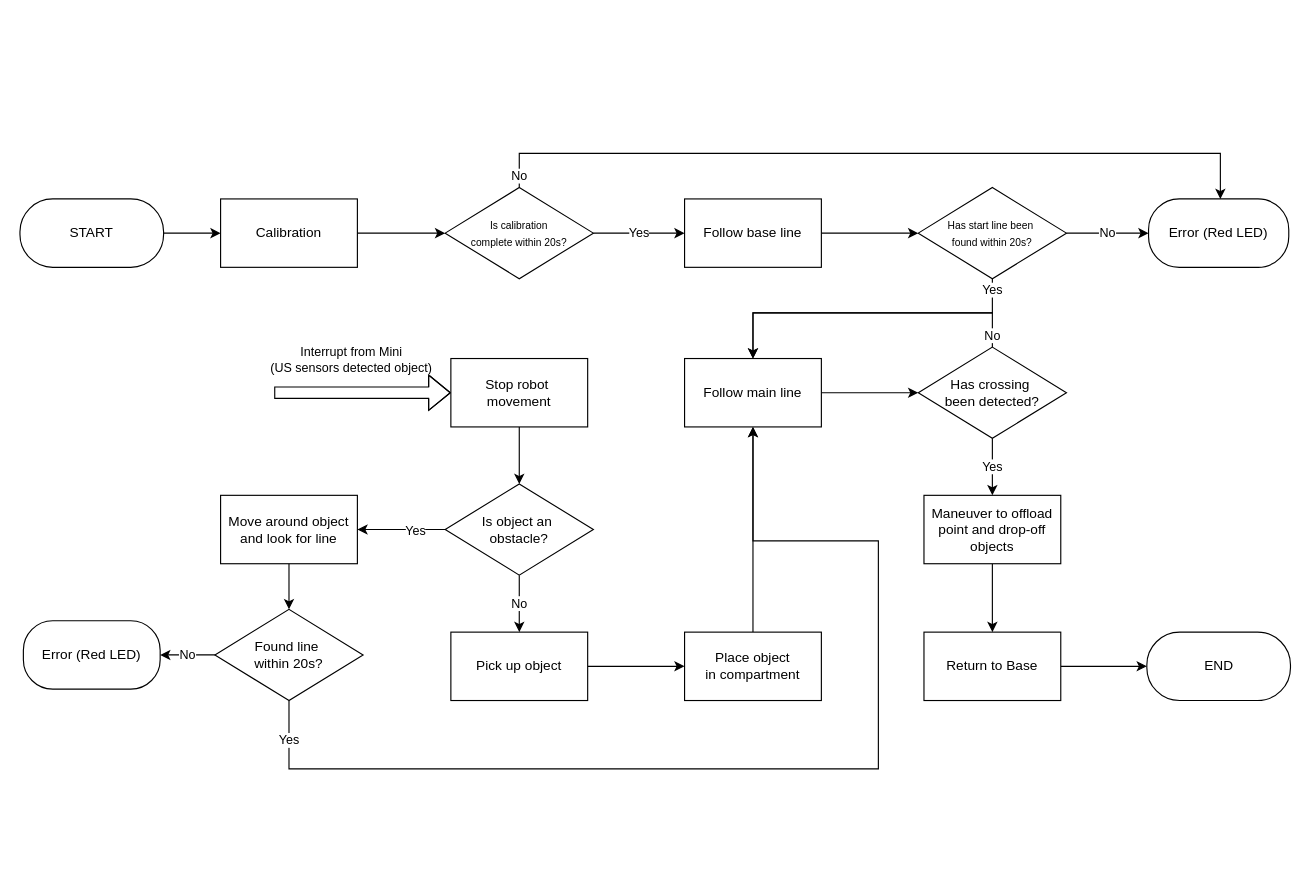
The draw.io diagram documentation/electrical-flowchart/state-diagram-group2.drawio in Tottocs/System-Project-G2, before the edit. Source tidied: cells renumbered, new cells numbered last; positions are measured from the earlier drawing's top-left corner, leaving out a move shared by most shapes. Both pictures are drawn from the tidied source at 114%, with x=0, y=0 at pixel (19, 153).
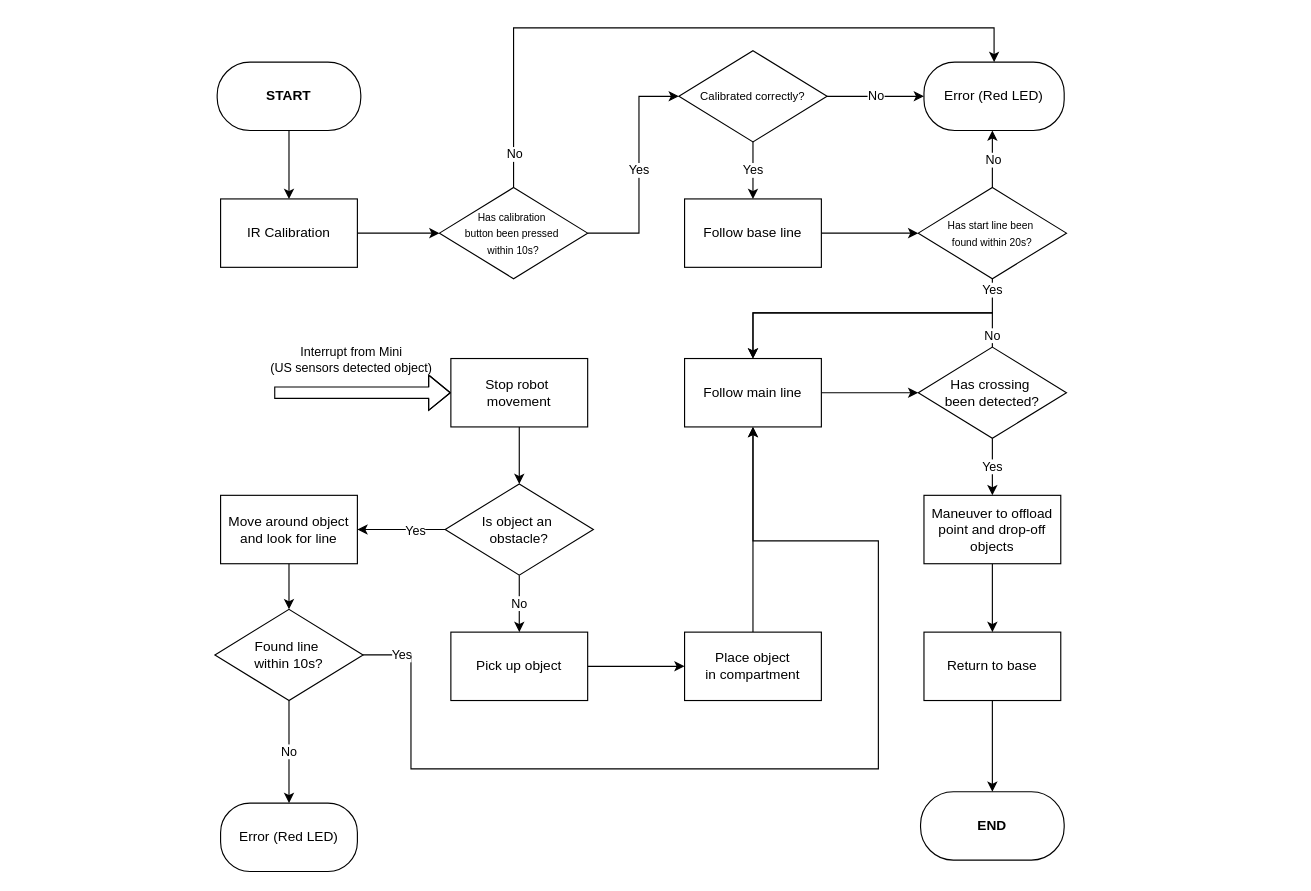
Above is the later version.

The change refers to these unchanged cells:
```xml
<mxCell id="32" value="&lt;font style=&quot;font-size: 9px;&quot;&gt;Has start line been&amp;nbsp;&lt;/font&gt;&lt;div&gt;&lt;font style=&quot;font-size: 9px;&quot;&gt;found within&amp;nbsp;&lt;/font&gt;&lt;span style=&quot;font-size: 9px; background-color: transparent; color: light-dark(rgb(0, 0, 0), rgb(255, 255, 255));&quot;&gt;20s?&lt;/span&gt;&lt;/div&gt;" style="rhombus;whiteSpace=wrap;html=1;" parent="1" vertex="1">
  <mxGeometry x="788" y="30" width="130" height="80" as="geometry" />
</mxCell>
<mxCell id="39" value="Follow base line" style="rounded=0;whiteSpace=wrap;html=1;" parent="1" vertex="1">
  <mxGeometry x="583" y="40" width="120" height="60" as="geometry" />
</mxCell>
```

The edit, as a diff of the source:
```diff
@@
-    <mxCell id="3" value="START" style="rounded=1;whiteSpace=wrap;html=1;arcSize=48;" parent="1" vertex="1">
-      <mxGeometry y="40" width="126" height="60" as="geometry" />
+    <mxCell id="3" value="&lt;b&gt;START&lt;/b&gt;" style="rounded=1;whiteSpace=wrap;html=1;arcSize=48;" parent="1" vertex="1">
+      <mxGeometry x="173" y="-80" width="126" height="60" as="geometry" />
     </mxCell>
@@
-    <mxCell id="5" value="Calibration" style="rounded=0;whiteSpace=wrap;html=1;" parent="1" vertex="1">
+    <mxCell id="5" value="IR Calibration" style="rounded=0;whiteSpace=wrap;html=1;" parent="1" vertex="1">
       <mxGeometry x="176" y="40" width="120" height="60" as="geometry" />
     </mxCell>
-    <mxCell id="6" value="No" style="edgeStyle=orthogonalEdgeStyle;curved=1;rounded=0;jettySize=auto;html=1;exitX=1;exitY=0.5;exitDx=0;exitDy=0;" parent="1" edge="1" source="32" target="19">
-      <mxGeometry relative="1" as="geometry" />
+    <mxCell id="6" value="No" style="edgeStyle=orthogonalEdgeStyle;curved=1;rounded=0;jettySize=auto;html=1;exitX=0.5;exitY=0;exitDx=0;exitDy=0;" parent="1" edge="1" source="32">
+      <mxGeometry relative="1" as="geometry">
+        <mxPoint x="853" y="-20" as="targetPoint" />
+      </mxGeometry>
     </mxCell>
@@
     <mxCell id="19" value="Error (Red LED)" style="rounded=1;whiteSpace=wrap;html=1;perimeterSpacing=0;arcSize=45;" parent="1" vertex="1">
-      <mxGeometry x="990" y="40" width="123" height="60" as="geometry" />
+      <mxGeometry x="793" y="-80" width="123" height="60" as="geometry" />
     </mxCell>
@@
-    <mxCell id="22" value="END" style="rounded=1;whiteSpace=wrap;html=1;arcSize=48;" parent="1" vertex="1">
-      <mxGeometry x="988.5" y="420" width="126" height="60" as="geometry" />
+    <mxCell id="22" value="&lt;b&gt;END&lt;/b&gt;" style="rounded=1;whiteSpace=wrap;html=1;arcSize=48;" parent="1" vertex="1">
+      <mxGeometry x="790" y="560" width="126" height="60" as="geometry" />
     </mxCell>
@@
     <mxCell id="28" value="Error (Red LED)" style="rounded=1;whiteSpace=wrap;html=1;arcSize=43;" parent="1" vertex="1">
-      <mxGeometry x="3" y="410" width="120" height="60" as="geometry" />
+      <mxGeometry x="176" y="570" width="120" height="60" as="geometry" />
     </mxCell>
@@
-    <mxCell id="30" value="Return to Base" style="rounded=0;whiteSpace=wrap;html=1;" parent="1" vertex="1">
+    <mxCell id="30" value="Return to base" style="rounded=0;whiteSpace=wrap;html=1;" parent="1" vertex="1">
       <mxGeometry x="793" y="420" width="120" height="60" as="geometry" />
     </mxCell>
@@
     <mxCell id="33" value="Yes" style="edgeStyle=orthogonalEdgeStyle;rounded=0;jettySize=auto;html=1;" parent="1" edge="1" source="35">
       <mxGeometry x="-0.93" relative="1" as="geometry">
         <mxPoint x="643" y="240" as="targetPoint" />
         <Array as="points">
-          <mxPoint x="236" y="540" />
+          <mxPoint x="343" y="440" />
+          <mxPoint x="343" y="540" />
           <mxPoint x="753" y="540" />
           <mxPoint x="753" y="340" />
           <mxPoint x="643" y="340" />
         </Array>
       </mxGeometry>
     </mxCell>
@@
-    <mxCell id="35" value="Found line&amp;nbsp;&lt;div&gt;within&amp;nbsp;&lt;span style=&quot;background-color: transparent; color: light-dark(rgb(0, 0, 0), rgb(255, 255, 255));&quot;&gt;20s?&lt;/span&gt;&lt;/div&gt;" style="rhombus;whiteSpace=wrap;html=1;direction=west;" parent="1" vertex="1">
+    <mxCell id="35" value="Found line&amp;nbsp;&lt;div&gt;within&amp;nbsp;&lt;span style=&quot;background-color: transparent; color: light-dark(rgb(0, 0, 0), rgb(255, 255, 255));&quot;&gt;10s?&lt;/span&gt;&lt;/div&gt;" style="rhombus;whiteSpace=wrap;html=1;direction=west;" parent="1" vertex="1">
       <mxGeometry x="171" y="400" width="130" height="80" as="geometry" />
     </mxCell>
@@
-    <mxCell id="38" value="Yes" style="edgeStyle=orthogonalEdgeStyle;rounded=0;jettySize=auto;html=1;entryX=0;entryY=0.5;entryDx=0;entryDy=0;" parent="1" edge="1" source="42" target="39">
+    <mxCell id="38" value="Yes" style="edgeStyle=orthogonalEdgeStyle;rounded=0;jettySize=auto;html=1;entryX=0.5;entryY=0;entryDx=0;entryDy=0;" parent="1" edge="1" source="42" target="39">
       <mxGeometry relative="1" as="geometry" />
     </mxCell>
@@
-    <mxCell id="40" style="edgeStyle=orthogonalEdgeStyle;rounded=0;jettySize=auto;html=1;entryX=0;entryY=0.5;entryDx=0;entryDy=0;" parent="1" edge="1" source="5" target="42">
-      <mxGeometry relative="1" as="geometry" />
+    <mxCell id="40" value="Yes" style="edgeStyle=orthogonalEdgeStyle;rounded=0;jettySize=auto;html=1;entryX=0;entryY=0.5;entryDx=0;entryDy=0;" parent="1" edge="1" source="46" target="42">
+      <mxGeometry relative="1" as="geometry">
+        <Array as="points">
+          <mxPoint x="543" y="70" />
+          <mxPoint x="543" y="-50" />
+        </Array>
+      </mxGeometry>
     </mxCell>
-    <mxCell id="41" value="No" style="edgeStyle=orthogonalEdgeStyle;rounded=0;jettySize=auto;html=1;exitX=0.5;exitY=0;exitDx=0;exitDy=0;" parent="1" edge="1" source="42">
-      <mxGeometry x="-0.97" relative="1" as="geometry">
-        <mxPoint x="1053" y="40" as="targetPoint" />
+    <mxCell id="41" value="No" style="edgeStyle=orthogonalEdgeStyle;rounded=0;jettySize=auto;html=1;exitX=1;exitY=0.5;exitDx=0;exitDy=0;entryX=0;entryY=0.5;entryDx=0;entryDy=0;" parent="1" edge="1" source="42" target="19">
+      <mxGeometry relative="1" as="geometry">
         <Array as="points">
-          <mxPoint x="438" />
-          <mxPoint x="1053" />
+          <mxPoint x="723" y="-50" />
+          <mxPoint x="723" y="-50" />
         </Array>
       </mxGeometry>
     </mxCell>
-    <mxCell id="42" value="&lt;font style=&quot;font-size: 9px;&quot;&gt;Is calibration complete&amp;nbsp;&lt;/font&gt;&lt;font style=&quot;background-color: transparent; color: light-dark(rgb(0, 0, 0), rgb(255, 255, 255)); font-size: 9px;&quot;&gt;within&amp;nbsp;&lt;/font&gt;&lt;span style=&quot;background-color: transparent; color: light-dark(rgb(0, 0, 0), rgb(255, 255, 255)); font-size: 9px;&quot;&gt;20s?&lt;/span&gt;" style="rhombus;whiteSpace=wrap;html=1;" parent="1" vertex="1">
-      <mxGeometry x="373" y="30" width="130" height="80" as="geometry" />
+    <mxCell id="42" value="&lt;font size=&quot;1&quot;&gt;Calibrated correctly?&lt;/font&gt;" style="rhombus;whiteSpace=wrap;html=1;" parent="1" vertex="1">
+      <mxGeometry x="578" y="-90" width="130" height="80" as="geometry" />
     </mxCell>
+    <mxCell id="43" style="edgeStyle=orthogonalEdgeStyle;rounded=0;jettySize=auto;html=1;entryX=0;entryY=0.5;entryDx=0;entryDy=0;" parent="1" edge="1" source="5" target="46">
+      <mxGeometry relative="1" as="geometry" />
+    </mxCell>
+    <mxCell id="44" style="edgeStyle=orthogonalEdgeStyle;rounded=0;jettySize=auto;html=1;exitX=0.5;exitY=0;exitDx=0;exitDy=0;entryX=0.5;entryY=0;entryDx=0;entryDy=0;" parent="1" edge="1" source="46" target="19">
+      <mxGeometry relative="1" as="geometry">
+        <Array as="points">
+          <mxPoint x="433" y="-110" />
+          <mxPoint x="855" y="-110" />
+        </Array>
+      </mxGeometry>
+    </mxCell>
+    <mxCell id="45" value="No" style="edgeLabel;html=1;align=center;verticalAlign=middle;" parent="44" vertex="1">
+      <mxGeometry x="-0.9" relative="1" as="geometry" />
+    </mxCell>
+    <mxCell id="46" value="&lt;font style=&quot;font-size: 9px;&quot;&gt;Has calibration&amp;nbsp;&lt;/font&gt;&lt;div&gt;&lt;font style=&quot;font-size: 9px;&quot;&gt;button&amp;nbsp;&lt;/font&gt;&lt;font style=&quot;background-color: transparent; color: light-dark(rgb(0, 0, 0), rgb(255, 255, 255)); font-size: 9px;&quot;&gt;been&amp;nbsp;&lt;/font&gt;&lt;span style=&quot;background-color: transparent; color: light-dark(rgb(0, 0, 0), rgb(255, 255, 255)); font-size: 9px;&quot;&gt;pressed&amp;nbsp;&lt;/span&gt;&lt;div&gt;&lt;div&gt;&lt;font style=&quot;background-color: transparent; color: light-dark(rgb(0, 0, 0), rgb(255, 255, 255)); font-size: 9px;&quot;&gt;within 10&lt;/font&gt;&lt;span style=&quot;background-color: transparent; color: light-dark(rgb(0, 0, 0), rgb(255, 255, 255)); font-size: 9px;&quot;&gt;s?&lt;/span&gt;&lt;/div&gt;&lt;/div&gt;&lt;/div&gt;" style="rhombus;whiteSpace=wrap;html=1;" parent="1" vertex="1">
+      <mxGeometry x="368" y="30" width="130" height="80" as="geometry" />
+    </mxCell>
```
